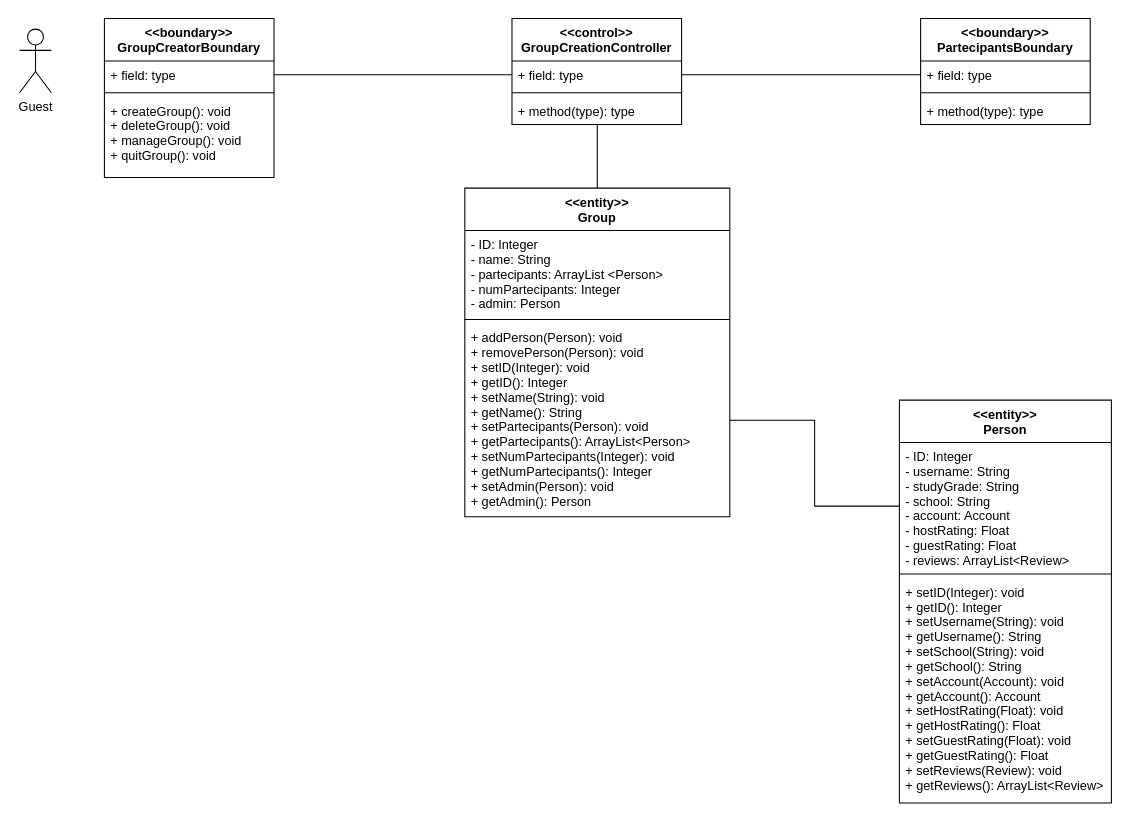
Before: Deliverables/VoPC/VoPC CreateStudyGroup.drawio in nic-agos/DoveStudi, a draw.io diagram. Source tidied: cells renumbered, new cells numbered last; positions are measured from the earlier drawing's top-left corner, leaving out a move shared by most shapes. Both pictures are drawn from the tidied source at 106%, with x=0, y=0 at pixel (19, 18).
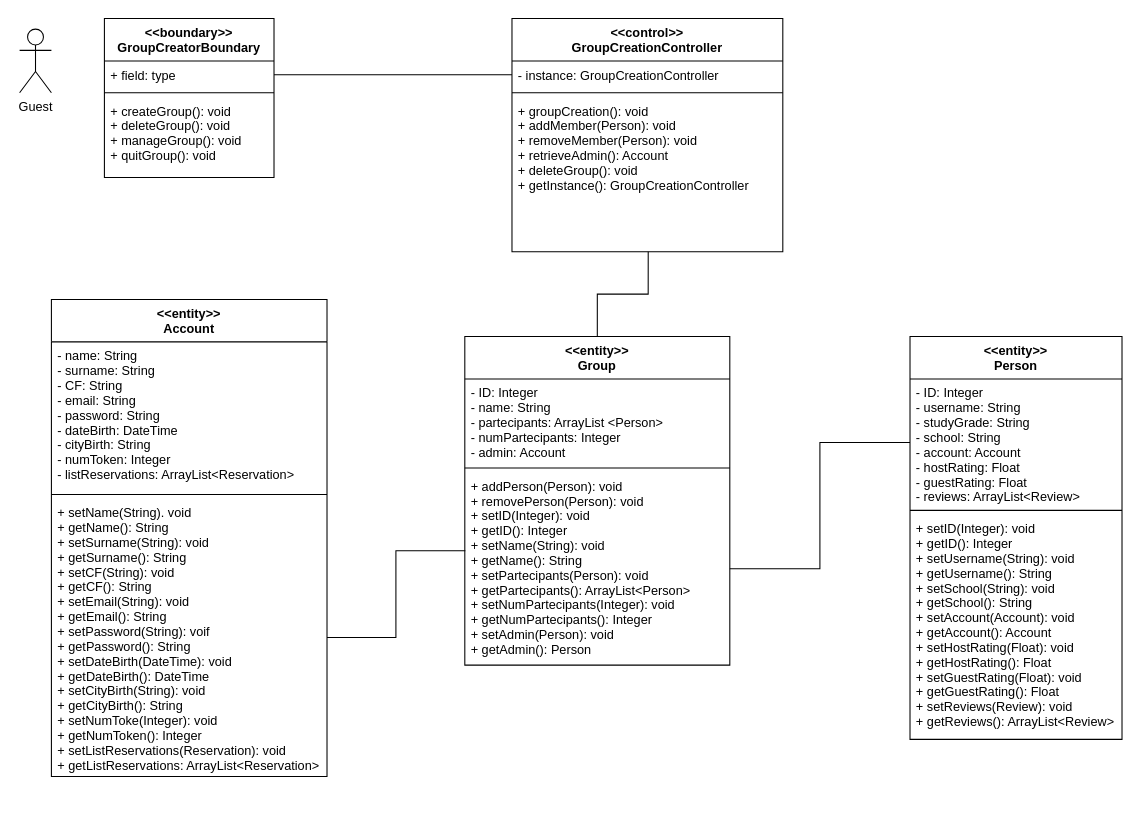
After the change.

Commit message:
added method to controller

Unchanged cells that the change refers to:
```xml
<mxCell id="6" value="+ addPerson(Person): void&#10;+ removePerson(Person): void&#10;+ setID(Integer): void&#10;+ getID(): Integer&#10;+ setName(String): void&#10;+ getName(): String&#10;+ setPartecipants(Person): void&#10;+ getPartecipants(): ArrayList&lt;Person&gt;&#10;+ setNumPartecipants(Integer): void&#10;+ getNumPartecipants(): Integer&#10;+ setAdmin(Person): void&#10;+ getAdmin(): Person" style="text;strokeColor=none;fillColor=none;align=left;verticalAlign=top;spacingLeft=4;spacingRight=4;overflow=hidden;points=[[0,0.5],[1,0.5]];portConstraint=eastwest;" parent="3" vertex="1">
  <mxGeometry y="128" width="250" height="182" as="geometry" />
</mxCell>
```

The edit, as a diff of the source:
```diff
@@
     <mxCell id="3" value="&lt;&lt;entity&gt;&gt;&#10;Group" style="swimlane;fontStyle=1;align=center;verticalAlign=top;horizontal=1;startSize=40;" parent="1" vertex="1">
-      <mxGeometry x="420" y="160" width="250" height="310" as="geometry" />
+      <mxGeometry x="420" y="300" width="250" height="310" as="geometry" />
     </mxCell>
-    <mxCell id="4" value="- ID: Integer&#10;- name: String&#10;- partecipants: ArrayList &lt;Person&gt;&#10;- numPartecipants: Integer&#10;- admin: Person&#10;" style="text;strokeColor=none;fillColor=none;align=left;verticalAlign=top;spacingLeft=4;spacingRight=4;overflow=hidden;" parent="3" vertex="1">
+    <mxCell id="4" value="- ID: Integer&#10;- name: String&#10;- partecipants: ArrayList &lt;Person&gt;&#10;- numPartecipants: Integer&#10;- admin: Account&#10;" style="text;strokeColor=none;fillColor=none;align=left;verticalAlign=top;spacingLeft=4;spacingRight=4;overflow=hidden;" parent="3" vertex="1">
       <mxGeometry y="40" width="250" height="80" as="geometry" />
     </mxCell>
@@
     <mxCell id="7" value="&lt;&lt;control&gt;&gt;&#10;GroupCreationController" style="swimlane;fontStyle=1;align=center;verticalAlign=top;horizontal=1;startSize=40;" parent="1" vertex="1">
-      <mxGeometry x="464.5" width="160" height="100" as="geometry" />
+      <mxGeometry x="464.5" width="255.5" height="220" as="geometry" />
     </mxCell>
-    <mxCell id="8" value="+ field: type" style="text;strokeColor=none;fillColor=none;align=left;verticalAlign=top;spacingLeft=4;spacingRight=4;overflow=hidden;points=[[0,0.5],[1,0.5]];portConstraint=eastwest;" parent="7" vertex="1">
-      <mxGeometry y="40" width="160" height="26" as="geometry" />
+    <mxCell id="8" value="- instance: GroupCreationController" style="text;strokeColor=none;fillColor=none;align=left;verticalAlign=top;spacingLeft=4;spacingRight=4;overflow=hidden;points=[[0,0.5],[1,0.5]];portConstraint=eastwest;" parent="7" vertex="1">
+      <mxGeometry y="40" width="255.5" height="26" as="geometry" />
     </mxCell>
     <mxCell id="9" style="line;strokeWidth=1;fillColor=none;align=left;verticalAlign=middle;spacingTop=-1;spacingLeft=3;spacingRight=3;labelPosition=right;" parent="7" vertex="1">
-      <mxGeometry y="66" width="160" height="8" as="geometry" />
+      <mxGeometry y="66" width="255.5" height="8" as="geometry" />
     </mxCell>
-    <mxCell id="10" value="+ method(type): type" style="text;strokeColor=none;fillColor=none;align=left;verticalAlign=top;spacingLeft=4;spacingRight=4;overflow=hidden;points=[[0,0.5],[1,0.5]];portConstraint=eastwest;" parent="7" vertex="1">
-      <mxGeometry y="74" width="160" height="26" as="geometry" />
+    <mxCell id="10" value="+ groupCreation(): void&#10;+ addMember(Person): void&#10;+ removeMember(Person): void&#10;+ retrieveAdmin(): Account&#10;+ deleteGroup(): void&#10;+ getInstance(): GroupCreationController" style="text;strokeColor=none;fillColor=none;align=left;verticalAlign=top;spacingLeft=4;spacingRight=4;overflow=hidden;points=[[0,0.5],[1,0.5]];portConstraint=eastwest;" parent="7" vertex="1">
+      <mxGeometry y="74" width="255.5" height="146" as="geometry" />
     </mxCell>
@@
-    <mxCell id="17" value="&lt;&lt;boundary&gt;&gt;&#10;PartecipantsBoundary" style="swimlane;fontStyle=1;align=center;verticalAlign=top;horizontal=1;startSize=40;" parent="1" vertex="1">
-      <mxGeometry x="850" width="160" height="100" as="geometry" />
-    </mxCell>
-    <mxCell id="18" value="+ field: type" style="text;strokeColor=none;fillColor=none;align=left;verticalAlign=top;spacingLeft=4;spacingRight=4;overflow=hidden;points=[[0,0.5],[1,0.5]];portConstraint=eastwest;" parent="17" vertex="1">
-      <mxGeometry y="40" width="160" height="26" as="geometry" />
-    </mxCell>
-    <mxCell id="19" style="line;strokeWidth=1;fillColor=none;align=left;verticalAlign=middle;spacingTop=-1;spacingLeft=3;spacingRight=3;labelPosition=right;" parent="17" vertex="1">
-      <mxGeometry y="66" width="160" height="8" as="geometry" />
-    </mxCell>
-    <mxCell id="20" value="+ method(type): type" style="text;strokeColor=none;fillColor=none;align=left;verticalAlign=top;spacingLeft=4;spacingRight=4;overflow=hidden;" parent="17" vertex="1">
-      <mxGeometry y="74" width="160" height="26" as="geometry" />
-    </mxCell>
-    <mxCell id="21" style="edgeStyle=orthogonalEdgeStyle;rounded=0;jettySize=auto;html=1;entryX=0;entryY=0.5;entryDx=0;entryDy=0;endArrow=none;endFill=0;" parent="1" edge="1" source="8" target="18">
-      <mxGeometry relative="1" as="geometry" />
-    </mxCell>
@@
     <mxCell id="23" value="&lt;&lt;entity&gt;&gt;&#10;Person" style="swimlane;fontStyle=1;align=center;verticalAlign=top;horizontal=1;startSize=40;" parent="1" vertex="1">
-      <mxGeometry x="830" y="360" width="200" height="380" as="geometry" />
+      <mxGeometry x="840" y="300" width="200" height="380" as="geometry" />
     </mxCell>
@@
+    <mxCell id="27" value="&lt;&lt;entity&gt;&gt;&#10;Account" style="swimlane;fontStyle=1;align=center;verticalAlign=top;horizontal=1;startSize=40;" parent="1" vertex="1">
+      <mxGeometry x="30" y="265" width="260" height="450" as="geometry" />
+    </mxCell>
+    <mxCell id="28" value="- name: String&#10;- surname: String&#10;- CF: String&#10;- email: String&#10;- password: String&#10;- dateBirth: DateTime&#10;- cityBirth: String&#10;- numToken: Integer&#10;- listReservations: ArrayList&lt;Reservation&gt;" style="text;strokeColor=none;fillColor=none;align=left;verticalAlign=top;spacingLeft=4;spacingRight=4;overflow=hidden;" parent="27" vertex="1">
+      <mxGeometry y="40" width="260" height="140" as="geometry" />
+    </mxCell>
+    <mxCell id="29" style="line;strokeWidth=1;fillColor=none;align=left;verticalAlign=middle;spacingTop=-1;spacingLeft=3;spacingRight=3;labelPosition=right;" parent="27" vertex="1">
+      <mxGeometry y="180" width="260" height="8" as="geometry" />
+    </mxCell>
+    <mxCell id="30" value="+ setName(String). void&#10;+ getName(): String&#10;+ setSurname(String): void&#10;+ getSurname(): String&#10;+ setCF(String): void&#10;+ getCF(): String&#10;+ setEmail(String): void&#10;+ getEmail(): String&#10;+ setPassword(String): voif&#10;+ getPassword(): String&#10;+ setDateBirth(DateTime): void&#10;+ getDateBirth(): DateTime&#10;+ setCityBirth(String): void&#10;+ getCityBirth(): String&#10;+ setNumToke(Integer): void&#10;+ getNumToken(): Integer&#10;+ setListReservations(Reservation): void&#10;+ getListReservations: ArrayList&lt;Reservation&gt;&#10;&#10;" style="text;strokeColor=none;fillColor=none;align=left;verticalAlign=top;spacingLeft=4;spacingRight=4;overflow=hidden;points=[[0,0.5],[1,0.5]];portConstraint=eastwest;" parent="27" vertex="1">
+      <mxGeometry y="188" width="260" height="262" as="geometry" />
+    </mxCell>
+    <mxCell id="31" style="edgeStyle=orthogonalEdgeStyle;rounded=0;jettySize=auto;html=1;exitX=1;exitY=0.5;exitDx=0;exitDy=0;entryX=0.002;entryY=0.407;entryDx=0;entryDy=0;entryPerimeter=0;endArrow=none;endFill=0;" parent="1" edge="1" source="30" target="6">
+      <mxGeometry relative="1" as="geometry" />
+    </mxCell>
```
